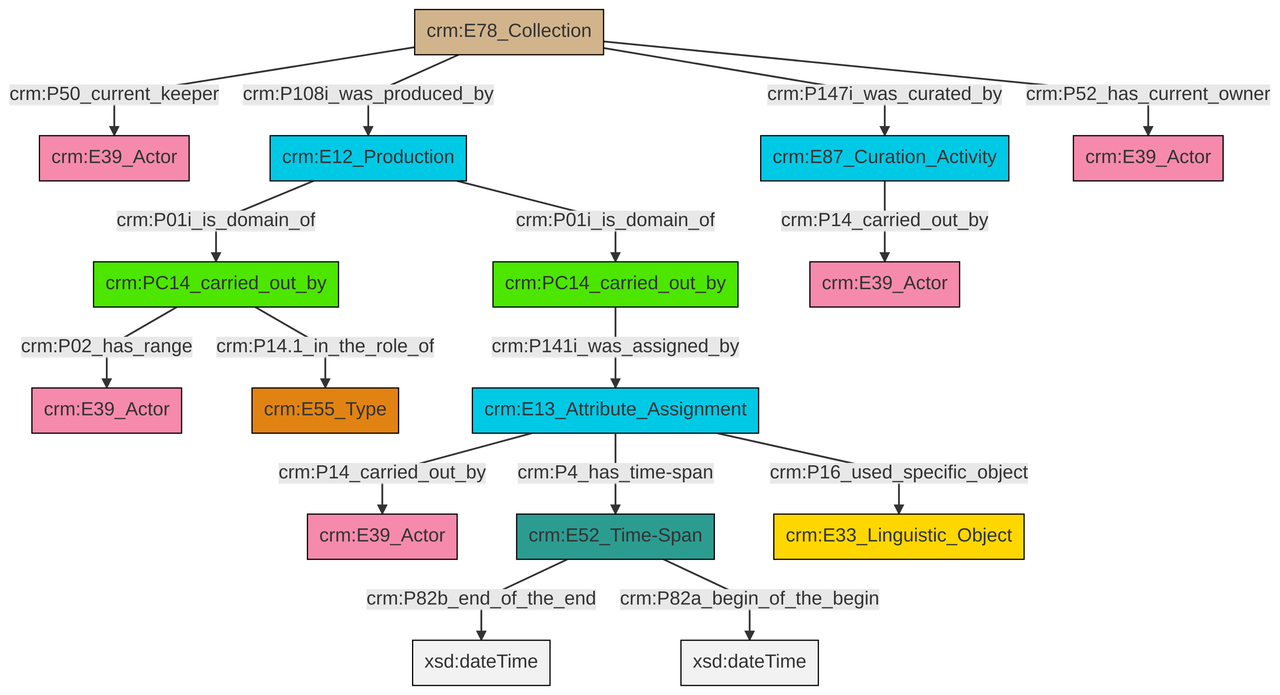
Before: et/archivalCSV/ttl/mmd/png/archival_relation.png, a diagram exported from Mermaid (swiss-art-research-net/docs.swissartresearch). Its source is kept beside it as et/archivalCSV/ttl/mmd/archival_relation.ttl.mmd.
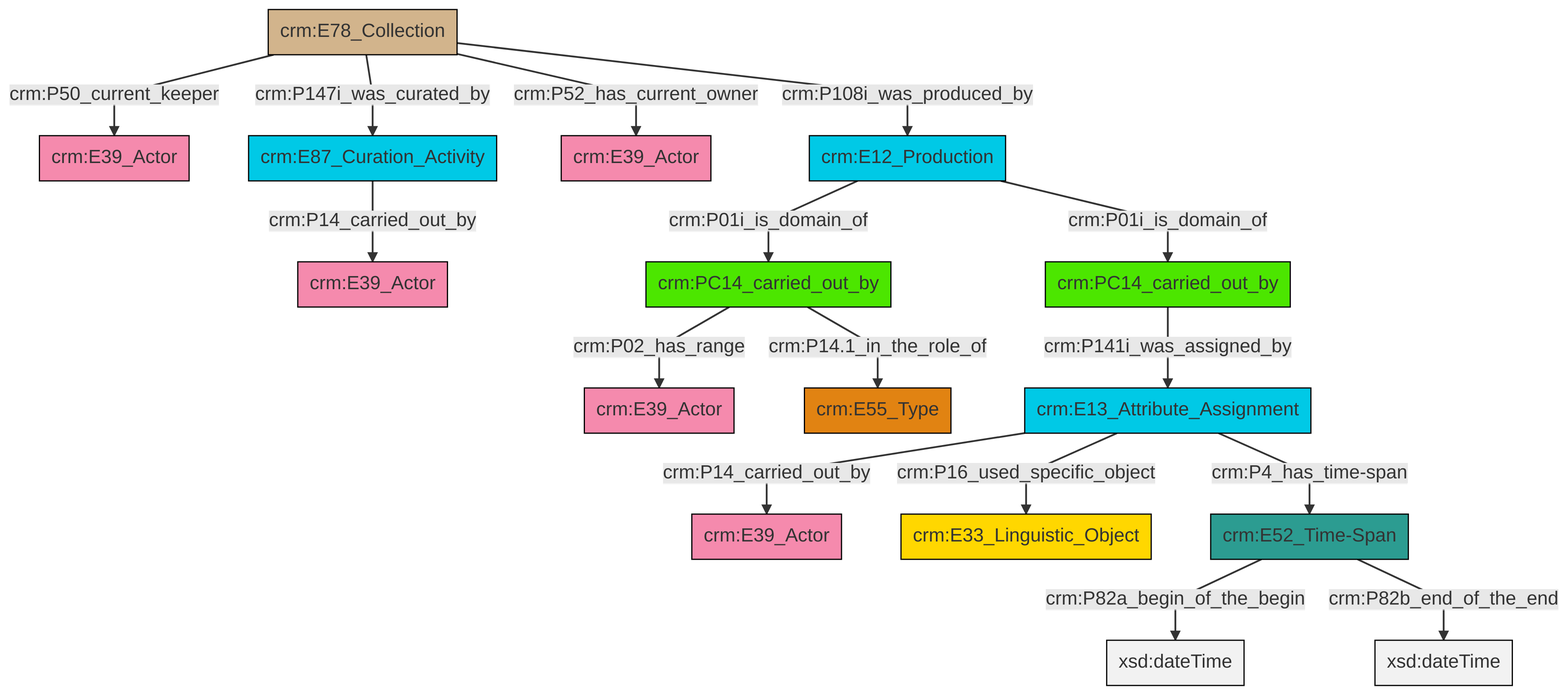
After the commit.

The edit, as a diff of the source:
```diff
@@ -13,18 +13,18 @@
 classDef PC_Classes fill:#4ce600, stroke:#000000;
 classDef Multi fill:#cccccc,stroke:#000000;
 
-0["crm:E78_Collection"]:::Physical_Thing -->|crm:P50_current_keeper| 1["crm:E39_Actor"]:::Actor
-0["crm:E78_Collection"]:::Physical_Thing -->|crm:P147i_was_curated_by| 4["crm:E87_Curation_Activity"]:::Temporal_Entity
-6["crm:PC14_carried_out_by"]:::PC_Classes -->|crm:P14.1_in_the_role_of| 7["crm:E55_Type"]:::Type
-8["crm:E13_Attribute_Assignment"]:::Temporal_Entity -->|crm:P14_carried_out_by| 9["crm:E39_Actor"]:::Actor
-10["crm:E12_Production"]:::Temporal_Entity -->|crm:P01i_is_domain_of| 11["crm:PC14_carried_out_by"]:::PC_Classes
-8["crm:E13_Attribute_Assignment"]:::Temporal_Entity -->|crm:P4_has_time-span| 12["crm:E52_Time-Span"]:::Time-Span
-11["crm:PC14_carried_out_by"]:::PC_Classes -->|crm:P141i_was_assigned_by| 8["crm:E13_Attribute_Assignment"]:::Temporal_Entity
-0["crm:E78_Collection"]:::Physical_Thing -->|crm:P108i_was_produced_by| 10["crm:E12_Production"]:::Temporal_Entity
-4["crm:E87_Curation_Activity"]:::Temporal_Entity -->|crm:P14_carried_out_by| 17["crm:E39_Actor"]:::Actor
-8["crm:E13_Attribute_Assignment"]:::Temporal_Entity -->|crm:P16_used_specific_object| 19["crm:E33_Linguistic_Object"]:::Conceptual_Object
-12["crm:E52_Time-Span"]:::Time-Span -->|crm:P82b_end_of_the_end| 21[xsd:dateTime]:::Literal
-0["crm:E78_Collection"]:::Physical_Thing -->|crm:P52_has_current_owner| 22["crm:E39_Actor"]:::Actor
-6["crm:PC14_carried_out_by"]:::PC_Classes -->|crm:P02_has_range| 2["crm:E39_Actor"]:::Actor
-12["crm:E52_Time-Span"]:::Time-Span -->|crm:P82a_begin_of_the_begin| 24[xsd:dateTime]:::Literal
-10["crm:E12_Production"]:::Temporal_Entity -->|crm:P01i_is_domain_of| 6["crm:PC14_carried_out_by"]:::PC_Classes
+0["crm:E87_Curation_Activity"]:::Temporal_Entity -->|crm:P14_carried_out_by| 1["crm:E39_Actor"]:::Actor
+4["crm:PC14_carried_out_by"]:::PC_Classes -->|crm:P02_has_range| 5["crm:E39_Actor"]:::Actor
+6["crm:E13_Attribute_Assignment"]:::Temporal_Entity -->|crm:P14_carried_out_by| 7["crm:E39_Actor"]:::Actor
+8["crm:E52_Time-Span"]:::Time-Span -->|crm:P82a_begin_of_the_begin| 9[xsd:dateTime]:::Literal
+6["crm:E13_Attribute_Assignment"]:::Temporal_Entity -->|crm:P16_used_specific_object| 11["crm:E33_Linguistic_Object"]:::Conceptual_Object
+6["crm:E13_Attribute_Assignment"]:::Temporal_Entity -->|crm:P4_has_time-span| 8["crm:E52_Time-Span"]:::Time-Span
+2["crm:E12_Production"]:::Temporal_Entity -->|crm:P01i_is_domain_of| 4["crm:PC14_carried_out_by"]:::PC_Classes
+2["crm:E12_Production"]:::Temporal_Entity -->|crm:P01i_is_domain_of| 15["crm:PC14_carried_out_by"]:::PC_Classes
+21["crm:E78_Collection"]:::Physical_Thing -->|crm:P50_current_keeper| 16["crm:E39_Actor"]:::Actor
+21["crm:E78_Collection"]:::Physical_Thing -->|crm:P147i_was_curated_by| 0["crm:E87_Curation_Activity"]:::Temporal_Entity
+15["crm:PC14_carried_out_by"]:::PC_Classes -->|crm:P141i_was_assigned_by| 6["crm:E13_Attribute_Assignment"]:::Temporal_Entity
+21["crm:E78_Collection"]:::Physical_Thing -->|crm:P52_has_current_owner| 13["crm:E39_Actor"]:::Actor
+21["crm:E78_Collection"]:::Physical_Thing -->|crm:P108i_was_produced_by| 2["crm:E12_Production"]:::Temporal_Entity
+4["crm:PC14_carried_out_by"]:::PC_Classes -->|crm:P14.1_in_the_role_of| 19["crm:E55_Type"]:::Type
+8["crm:E52_Time-Span"]:::Time-Span -->|crm:P82b_end_of_the_end| 28[xsd:dateTime]:::Literal
```
